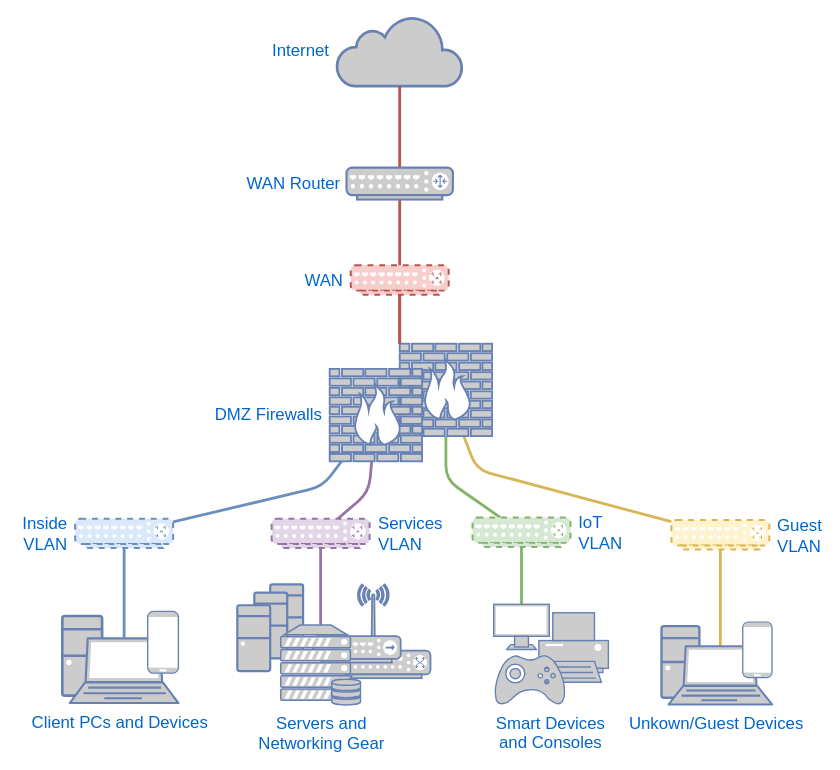
Above: docs/content/assets/homeops-logical-network-topology.svg in bcbrookman/homeops (draw.io), before the change. Source tidied: cells renumbered, new cells last; positions are measured from the earlier drawing's top-left corner, leaving out a move shared by most shapes.
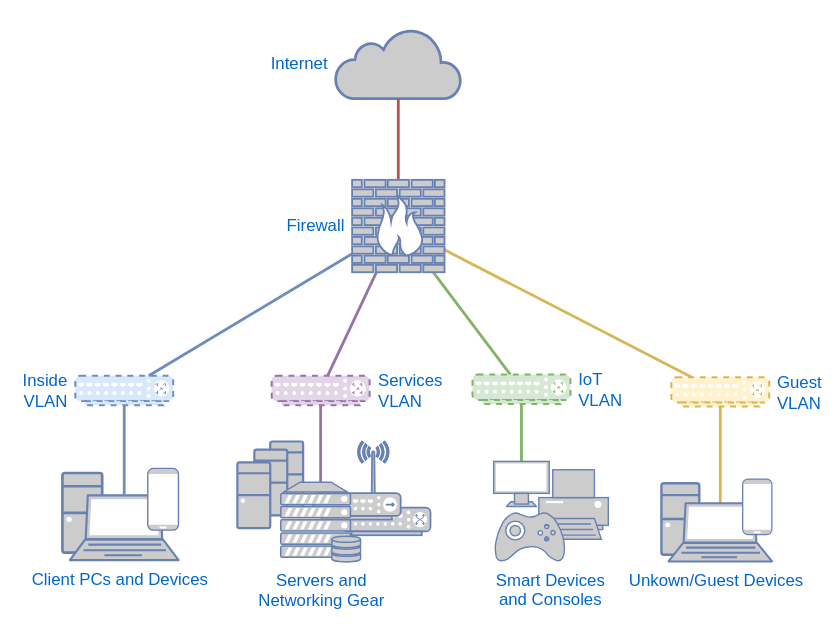
After the commit.

Commit message:
Remove secondary firewall and UPS (#321)

Change to the diagram source:
```diff
@@ -3,47 +3,28 @@
     <mxCell id="0" />
     <mxCell id="1" parent="0" />
     <mxCell id="2" style="rounded=0;whiteSpace=wrap;html=1;strokeColor=none;" parent="1" vertex="1">
-      <mxGeometry width="600" height="550" as="geometry" />
+      <mxGeometry y="102" width="600" height="448" as="geometry" />
     </mxCell>
     <mxCell id="3" style="endArrow=none;html=1;strokeWidth=2;fillColor=#d5e8d4;strokeColor=#82b366;fontFamily=Arial;fontColor=#0066CC;" parent="1" edge="1" source="12" target="31">
       <mxGeometry relative="1" as="geometry" />
     </mxCell>
     <mxCell id="4" value="&lt;font&gt;Internet&lt;/font&gt;" style="html=1;outlineConnect=0;fillColor=#CCCCCC;strokeColor=#6881B3;gradientColor=none;gradientDirection=north;strokeWidth=2;shape=mxgraph.networks.cloud;labelPosition=left;verticalLabelPosition=middle;align=right;verticalAlign=middle;sketch=0;shadow=0;spacing=6;fontFamily=Arial;fontColor=#0066CC;" parent="1" vertex="1">
-      <mxGeometry x="240" y="11" width="90" height="50" as="geometry" />
+      <mxGeometry x="239" y="122" width="90" height="50" as="geometry" />
     </mxCell>
-    <mxCell id="5" style="endArrow=none;html=1;fillColor=#f8cecc;strokeWidth=2;strokeColor=#b85450;entryX=0;entryY=0;entryDx=0;entryDy=0;entryPerimeter=0;fontFamily=Arial;fontColor=#0066CC;" parent="1" edge="1" source="22" target="25">
-      <mxGeometry relative="1" as="geometry" />
-    </mxCell>
     <mxCell id="6" style="endArrow=none;html=1;strokeWidth=2;fillColor=#e1d5e7;strokeColor=#9673a6;fontFamily=Arial;fontColor=#0066CC;" parent="1" edge="1" source="26" target="28">
-      <mxGeometry relative="1" as="geometry">
-        <Array as="points">
-          <mxPoint x="263" y="351" />
-        </Array>
-      </mxGeometry>
+      <mxGeometry relative="1" as="geometry" />
     </mxCell>
     <mxCell id="7" value="Inside&lt;br&gt;VLAN" style="verticalAlign=middle;verticalLabelPosition=middle;labelPosition=left;align=right;html=1;outlineConnect=0;fillColor=#dae8fc;strokeColor=#6c8ebf;gradientDirection=north;strokeWidth=2;shape=mxgraph.networks.switch;sketch=0;shadow=0;spacing=6;dashed=1;fontFamily=Arial;fontColor=#0066CC;" parent="1" vertex="1">
       <mxGeometry x="53.2" y="370" width="70" height="21" as="geometry" />
     </mxCell>
     <mxCell id="8" style="endArrow=none;html=1;strokeWidth=2;fillColor=#dae8fc;strokeColor=#6c8ebf;fontFamily=Arial;fontColor=#0066CC;" parent="1" edge="1" source="26" target="7">
-      <mxGeometry relative="1" as="geometry">
-        <Array as="points">
-          <mxPoint x="230" y="347" />
-        </Array>
-      </mxGeometry>
+      <mxGeometry relative="1" as="geometry" />
     </mxCell>
-    <mxCell id="9" style="endArrow=none;html=1;strokeWidth=2;fillColor=#d5e8d4;strokeColor=#82b366;fontFamily=Arial;fontColor=#0066CC;" parent="1" edge="1" source="25" target="31">
-      <mxGeometry relative="1" as="geometry">
-        <Array as="points">
-          <mxPoint x="318" y="342" />
-        </Array>
-      </mxGeometry>
+    <mxCell id="9" style="endArrow=none;html=1;strokeWidth=2;fillColor=#d5e8d4;strokeColor=#82b366;fontFamily=Arial;fontColor=#0066CC;" parent="1" edge="1" source="26" target="31">
+      <mxGeometry relative="1" as="geometry" />
     </mxCell>
-    <mxCell id="10" style="endArrow=none;html=1;strokeWidth=2;fillColor=#fff2cc;strokeColor=#d6b656;fontFamily=Arial;fontColor=#0066CC;" parent="1" edge="1" source="25" target="29">
-      <mxGeometry relative="1" as="geometry">
-        <Array as="points">
-          <mxPoint x="340" y="335" />
-        </Array>
-      </mxGeometry>
+    <mxCell id="10" style="endArrow=none;html=1;strokeWidth=2;fillColor=#fff2cc;strokeColor=#d6b656;fontFamily=Arial;fontColor=#0066CC;" parent="1" edge="1" source="26" target="29">
+      <mxGeometry relative="1" as="geometry" />
     </mxCell>
     <mxCell id="11" value="Smart Devices &#10;and Consoles" style="group;labelPosition=center;verticalLabelPosition=bottom;align=center;verticalAlign=top;fontFamily=Arial;fontColor=#0066CC;" parent="1" vertex="1">
       <mxGeometry x="352.1" y="431.2" width="81.9" height="71.3" as="geometry" />
@@ -75,27 +56,15 @@
     <mxCell id="20" style="edgeStyle=orthogonalEdgeStyle;rounded=0;orthogonalLoop=1;jettySize=auto;html=1;exitX=0.5;exitY=1;exitDx=0;exitDy=0;exitPerimeter=0;fontFamily=Arial;fontColor=#0066CC;" parent="1" edge="1" source="4" target="4">
       <mxGeometry relative="1" as="geometry" />
     </mxCell>
-    <mxCell id="21" style="endArrow=none;html=1;fillColor=#f8cecc;strokeWidth=2;strokeColor=#b85450;fontFamily=Arial;fontColor=#0066CC;" parent="1" edge="1" source="4" target="50">
+    <mxCell id="21" style="endArrow=none;html=1;fillColor=#f8cecc;strokeWidth=2;strokeColor=#b85450;fontFamily=Arial;fontColor=#0066CC;" parent="1" edge="1" source="4" target="26">
       <mxGeometry relative="1" as="geometry" />
     </mxCell>
-    <mxCell id="22" value="WAN" style="verticalAlign=middle;verticalLabelPosition=middle;labelPosition=left;align=right;html=1;outlineConnect=0;fillColor=#f8cecc;strokeColor=#b85450;gradientDirection=north;strokeWidth=2;shape=mxgraph.networks.switch;sketch=0;shadow=0;spacing=6;dashed=1;fontFamily=Arial;fontColor=#0066CC;" parent="1" vertex="1">
-      <mxGeometry x="250" y="189" width="70" height="21" as="geometry" />
-    </mxCell>
-    <mxCell id="23" style="endArrow=none;html=1;fillColor=#f8cecc;strokeWidth=2;strokeColor=#b85450;fontFamily=Arial;fontColor=#0066CC;" parent="1" edge="1" source="50" target="22">
-      <mxGeometry relative="1" as="geometry" />
-    </mxCell>
     <mxCell id="24" style="group;fontFamily=Arial;fontColor=#0066CC;" parent="1" vertex="1">
-      <mxGeometry x="235" y="245" width="116" height="84" as="geometry" />
+      <mxGeometry x="251" y="212" width="116" height="84" as="geometry" />
     </mxCell>
-    <mxCell id="25" value="&lt;br&gt;" style="verticalAlign=middle;verticalLabelPosition=middle;labelPosition=left;align=right;html=1;outlineConnect=0;fillColor=#CCCCCC;strokeColor=#6881B3;gradientColor=none;gradientDirection=north;strokeWidth=2;shape=mxgraph.networks.firewall;spacing=6;shadow=0;fontFamily=Arial;fontColor=#0066CC;" parent="24" vertex="1">
-      <mxGeometry x="50" width="66" height="66" as="geometry" />
-    </mxCell>
-    <mxCell id="26" value="DMZ Firewalls&lt;br&gt;" style="verticalAlign=middle;verticalLabelPosition=middle;labelPosition=left;align=right;html=1;outlineConnect=0;fillColor=#CCCCCC;strokeColor=#6881B3;gradientColor=none;gradientDirection=north;strokeWidth=2;shape=mxgraph.networks.firewall;spacing=6;shadow=0;fontFamily=Arial;fontColor=#0066CC;" parent="24" vertex="1">
+    <mxCell id="26" value="Firewall" style="verticalAlign=middle;verticalLabelPosition=middle;labelPosition=left;align=right;html=1;outlineConnect=0;fillColor=#CCCCCC;strokeColor=#6881B3;gradientColor=none;gradientDirection=north;strokeWidth=2;shape=mxgraph.networks.firewall;spacing=6;shadow=0;fontFamily=Arial;fontColor=#0066CC;" parent="24" vertex="1">
       <mxGeometry y="18" width="66" height="66" as="geometry" />
     </mxCell>
-    <mxCell id="27" style="endArrow=none;html=1;fillColor=#f8cecc;strokeWidth=2;strokeColor=#b85450;entryX=0;entryY=0;entryDx=0;entryDy=0;entryPerimeter=0;fontFamily=Arial;fontColor=#0066CC;" parent="1" edge="1" source="22" target="25">
-      <mxGeometry relative="1" as="geometry" />
-    </mxCell>
     <mxCell id="28" value="Services&lt;br&gt;VLAN" style="verticalAlign=middle;verticalLabelPosition=middle;labelPosition=right;align=left;html=1;outlineConnect=0;fillColor=#e1d5e7;strokeColor=#9673a6;gradientDirection=north;strokeWidth=2;shape=mxgraph.networks.switch;sketch=0;shadow=0;spacing=6;dashed=1;fontFamily=Arial;fontColor=#0066CC;" parent="1" vertex="1">
       <mxGeometry x="193.5" y="370" width="70" height="21" as="geometry" />
     </mxCell>
@@ -162,8 +131,5 @@
     <mxCell id="49" value="Servers and &lt;br&gt;Networking Gear" style="verticalAlign=top;verticalLabelPosition=bottom;labelPosition=center;align=center;html=1;outlineConnect=0;fillColor=#CCCCCC;strokeColor=#6881B3;gradientColor=none;gradientDirection=north;strokeWidth=2;shape=mxgraph.networks.server_storage;shadow=0;fontFamily=Arial;fontColor=#0066CC;" parent="38" vertex="1">
       <mxGeometry x="31" y="40.1" width="57" height="57" as="geometry" />
     </mxCell>
-    <mxCell id="50" value="WAN Router" style="fontColor=#0066CC;verticalAlign=middle;verticalLabelPosition=middle;labelPosition=left;align=center;html=1;outlineConnect=0;fillColor=#CCCCCC;strokeColor=#6881B3;gradientColor=none;gradientDirection=north;strokeWidth=2;shape=mxgraph.networks.router;textDirection=ltr;" parent="1" vertex="1">
-      <mxGeometry x="247" y="119.2" width="76" height="22.8" as="geometry" />
-    </mxCell>
   </root>
 </mxGraphModel>
```
